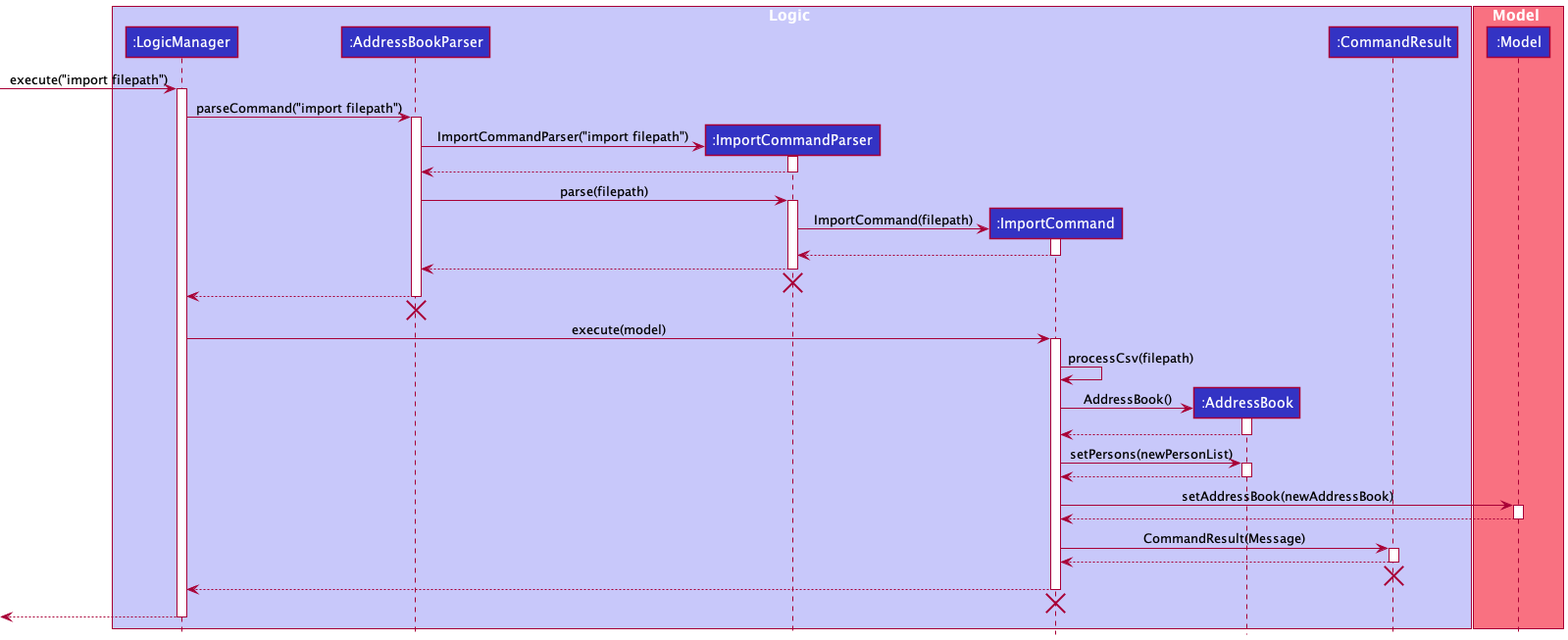
This is docs/images/ImportSequenceDiagram.png from szelongq/tp, a PlantUML export, as it was before one commit.
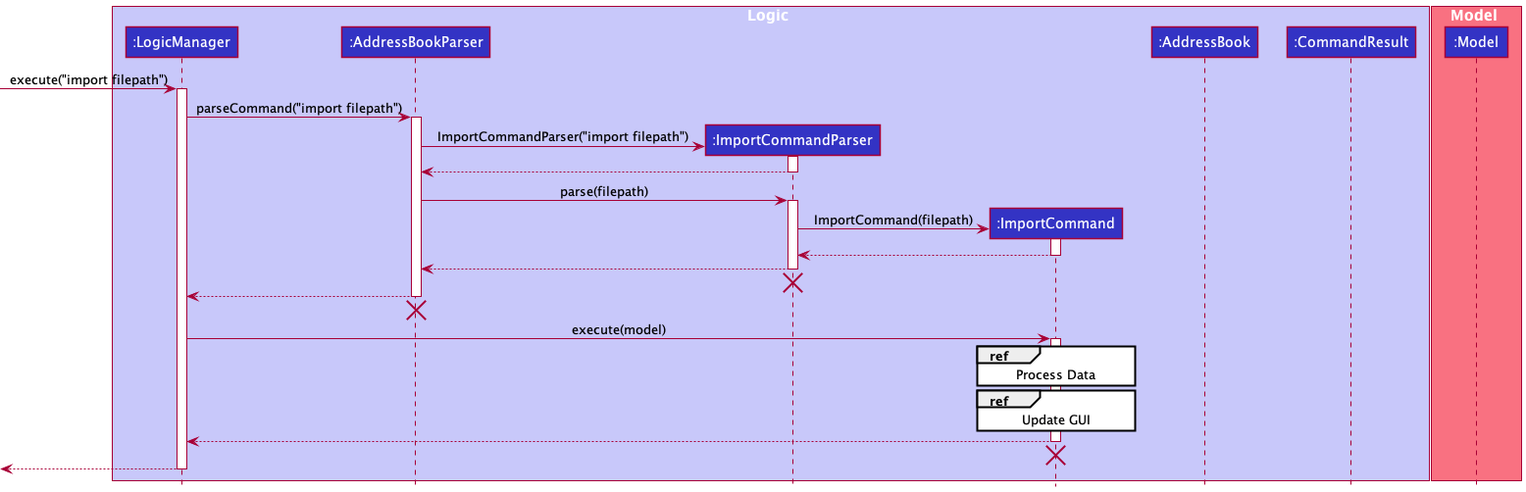
Above is the later version.

Commit message:
Update Developer Guide

Update ImportSequenceDiagram
Indicate required naming convention for column titles in csv.

Diff of the diagram source:
```diff
@@ -51,34 +51,9 @@
 LogicManager -> ImportCommand : execute(model)
 activate ImportCommand
 
-ImportCommand -> ImportCommand : processCsv(filepath)
+ref over ImportCommand: Process Data
 
-create AddressBook
-ImportCommand -> AddressBook : AddressBook()
-activate AddressBook
-
-AddressBook --> ImportCommand
-deactivate AddressBook
-
-ImportCommand -> AddressBook : setPersons(newPersonList)
-activate AddressBook
-
-AddressBook --> ImportCommand
-deactivate AddressBook
-
-ImportCommand -> Model : setAddressBook(newAddressBook)
-activate Model
-
-Model --> ImportCommand
-deactivate Model
-
-ImportCommand -> CommandResult : CommandResult(Message)
-activate CommandResult
-
-CommandResult --> ImportCommand
-deactivate CommandResult
-CommandResult -[hidden]-> ImportCommand
-destroy CommandResult
+ref over ImportCommand: Update GUI
 
 ImportCommand --> LogicManager
 deactivate ImportCommand
```
